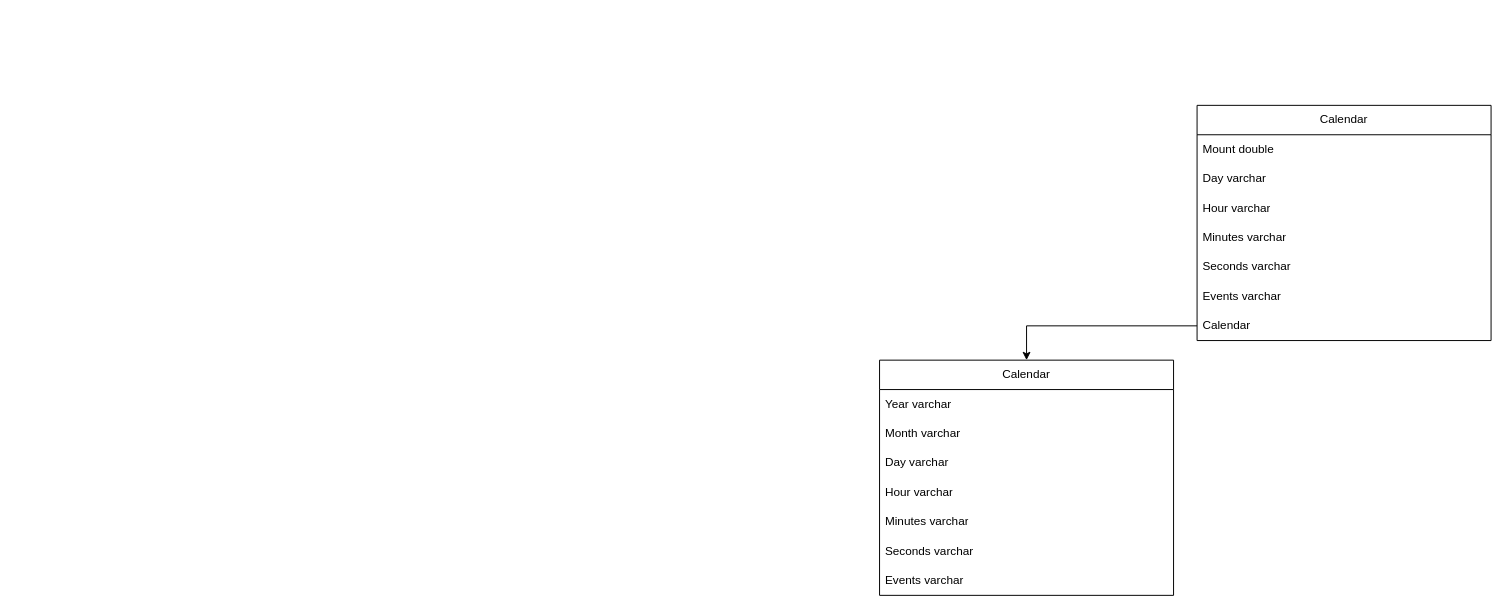
Before: Calendar.drawio in VictorOcampo21/Calendar, a draw.io diagram. Source tidied: cells renumbered, new cells numbered last; positions are measured from the earlier drawing's top-left corner, leaving out a move shared by most shapes. Both pictures are drawn from the tidied source at 98%, with x=0, y=0 at pixel (879, 105).
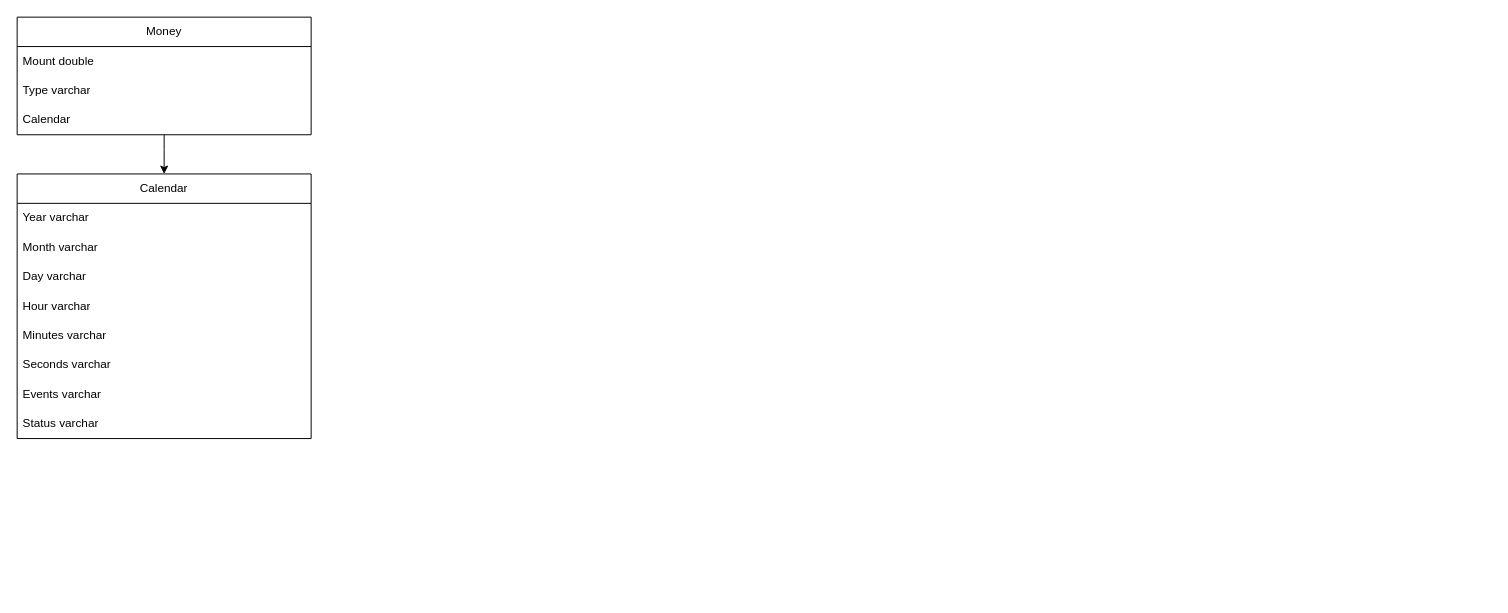
After the change.

Diff of the diagram source:
```diff
@@
 <mxGraphModel>
   <root>
     <mxCell id="0" />
     <mxCell id="1" parent="0" />
     <mxCell id="2" value="Calendar" style="swimlane;fontStyle=0;horizontal=1;startSize=30;whiteSpace=wrap;html=1;" parent="1" vertex="1">
-      <mxGeometry y="260" width="300" height="240" as="geometry" />
+      <mxGeometry x="-880" y="70" width="300" height="270" as="geometry" />
     </mxCell>
     <mxCell id="3" value="Year varchar" style="text;strokeColor=none;fillColor=none;align=left;verticalAlign=middle;spacingLeft=4;spacingRight=4;overflow=hidden;whiteSpace=wrap;html=1;" parent="2" vertex="1">
       <mxGeometry y="30" width="300" height="30" as="geometry" />
     </mxCell>
     <mxCell id="4" value="Month varchar" style="text;strokeColor=none;fillColor=none;align=left;verticalAlign=middle;spacingLeft=4;spacingRight=4;overflow=hidden;whiteSpace=wrap;html=1;" parent="2" vertex="1">
       <mxGeometry y="60" width="300" height="30" as="geometry" />
     </mxCell>
     <mxCell id="5" value="Day varchar" style="text;strokeColor=none;fillColor=none;align=left;verticalAlign=middle;spacingLeft=4;spacingRight=4;overflow=hidden;whiteSpace=wrap;html=1;" parent="2" vertex="1">
       <mxGeometry y="90" width="300" height="30" as="geometry" />
     </mxCell>
     <mxCell id="6" value="Hour varchar" style="text;strokeColor=none;fillColor=none;align=left;verticalAlign=middle;spacingLeft=4;spacingRight=4;overflow=hidden;whiteSpace=wrap;html=1;" parent="2" vertex="1">
       <mxGeometry y="120" width="300" height="30" as="geometry" />
     </mxCell>
     <mxCell id="7" value="Minutes varchar" style="text;strokeColor=none;fillColor=none;align=left;verticalAlign=middle;spacingLeft=4;spacingRight=4;overflow=hidden;whiteSpace=wrap;html=1;" parent="2" vertex="1">
       <mxGeometry y="150" width="300" height="30" as="geometry" />
     </mxCell>
     <mxCell id="8" value="Seconds varchar" style="text;strokeColor=none;fillColor=none;align=left;verticalAlign=middle;spacingLeft=4;spacingRight=4;overflow=hidden;whiteSpace=wrap;html=1;" parent="2" vertex="1">
       <mxGeometry y="180" width="300" height="30" as="geometry" />
     </mxCell>
     <mxCell id="9" value="Events varchar" style="text;strokeColor=none;fillColor=none;align=left;verticalAlign=middle;spacingLeft=4;spacingRight=4;overflow=hidden;whiteSpace=wrap;html=1;" parent="2" vertex="1">
       <mxGeometry y="210" width="300" height="30" as="geometry" />
     </mxCell>
+    <mxCell id="19" value="Status varchar" style="text;strokeColor=none;fillColor=none;align=left;verticalAlign=middle;spacingLeft=4;spacingRight=4;overflow=hidden;whiteSpace=wrap;html=1;" parent="2" vertex="1">
+      <mxGeometry y="240" width="300" height="30" as="geometry" />
+    </mxCell>
-    <mxCell id="10" value="Calendar" style="swimlane;fontStyle=0;horizontal=1;startSize=30;whiteSpace=wrap;html=1;" parent="1" vertex="1">
-      <mxGeometry x="324" width="300" height="240" as="geometry" />
+    <mxCell id="10" value="Money" style="swimlane;fontStyle=0;horizontal=1;startSize=30;whiteSpace=wrap;html=1;" parent="1" vertex="1">
+      <mxGeometry x="-880" y="-90" width="300" height="120" as="geometry" />
     </mxCell>
-    <mxCell id="11" value="Mount double" style="text;strokeColor=none;fillColor=none;align=left;verticalAlign=middle;spacingLeft=4;spacingRight=4;overflow=hidden;whiteSpace=wrap;html=1;" parent="10" vertex="1">
-      <mxGeometry y="30" width="300" height="30" as="geometry" />
-    </mxCell>
-    <mxCell id="12" value="Day varchar" style="text;strokeColor=none;fillColor=none;align=left;verticalAlign=middle;spacingLeft=4;spacingRight=4;overflow=hidden;whiteSpace=wrap;html=1;" parent="10" vertex="1">
-      <mxGeometry y="60" width="300" height="30" as="geometry" />
+    <mxCell id="12" value="Mount double" style="text;strokeColor=none;fillColor=none;align=left;verticalAlign=middle;spacingLeft=4;spacingRight=4;overflow=hidden;whiteSpace=wrap;html=1;" parent="10" vertex="1">
+      <mxGeometry y="30" width="300" height="30" as="geometry" />
     </mxCell>
-    <mxCell id="13" value="Hour varchar" style="text;strokeColor=none;fillColor=none;align=left;verticalAlign=middle;spacingLeft=4;spacingRight=4;overflow=hidden;whiteSpace=wrap;html=1;" parent="10" vertex="1">
-      <mxGeometry y="90" width="300" height="30" as="geometry" />
+    <mxCell id="13" value="Type varchar" style="text;strokeColor=none;fillColor=none;align=left;verticalAlign=middle;spacingLeft=4;spacingRight=4;overflow=hidden;whiteSpace=wrap;html=1;" parent="10" vertex="1">
+      <mxGeometry y="60" width="300" height="30" as="geometry" />
     </mxCell>
-    <mxCell id="14" value="Minutes varchar" style="text;strokeColor=none;fillColor=none;align=left;verticalAlign=middle;spacingLeft=4;spacingRight=4;overflow=hidden;whiteSpace=wrap;html=1;" parent="10" vertex="1">
-      <mxGeometry y="120" width="300" height="30" as="geometry" />
-    </mxCell>
-    <mxCell id="15" value="Seconds varchar" style="text;strokeColor=none;fillColor=none;align=left;verticalAlign=middle;spacingLeft=4;spacingRight=4;overflow=hidden;whiteSpace=wrap;html=1;" parent="10" vertex="1">
-      <mxGeometry y="150" width="300" height="30" as="geometry" />
-    </mxCell>
-    <mxCell id="16" value="Events varchar" style="text;strokeColor=none;fillColor=none;align=left;verticalAlign=middle;spacingLeft=4;spacingRight=4;overflow=hidden;whiteSpace=wrap;html=1;" parent="10" vertex="1">
-      <mxGeometry y="180" width="300" height="30" as="geometry" />
-    </mxCell>
     <mxCell id="17" value="Calendar" style="text;strokeColor=none;fillColor=none;align=left;verticalAlign=middle;spacingLeft=4;spacingRight=4;overflow=hidden;points=[[0,0.5],[1,0.5]];portConstraint=eastwest;whiteSpace=wrap;html=1;" parent="10" vertex="1">
-      <mxGeometry y="210" width="300" height="30" as="geometry" />
+      <mxGeometry y="90" width="300" height="30" as="geometry" />
     </mxCell>
     <mxCell id="18" style="edgeStyle=orthogonalEdgeStyle;rounded=0;jettySize=auto;html=1;entryX=0.5;entryY=0;entryDx=0;entryDy=0;" parent="1" edge="1" source="17" target="2">
-      <mxGeometry relative="1" as="geometry" />
+      <mxGeometry relative="1" as="geometry">
+        <Array as="points">
+          <mxPoint x="-730" y="45" />
+          <mxPoint x="-730" y="45" />
+        </Array>
+      </mxGeometry>
     </mxCell>
   </root>
 </mxGraphModel>
```
